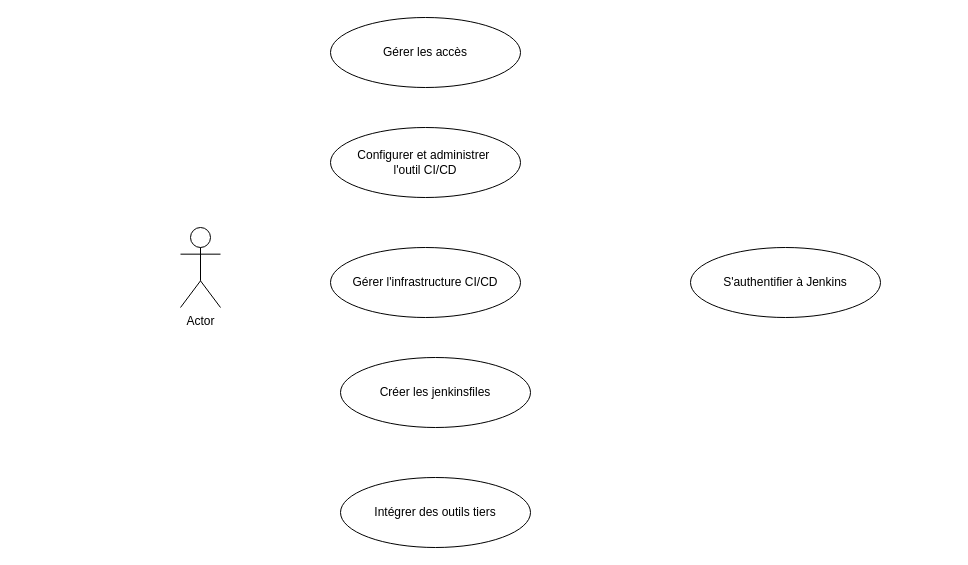
This is page "Page-4" (11 of 13) of Diagramme sans nom.drawio from EmiraDga/CanvasAnimation, a draw.io file, before an edit. Source tidied: cells renumbered, new cells numbered last; positions are measured from the earlier drawing's top-left corner, leaving out a move shared by most shapes. Both pictures are drawn from the tidied source at 100%, with x=0, y=0 at pixel (180, 17).
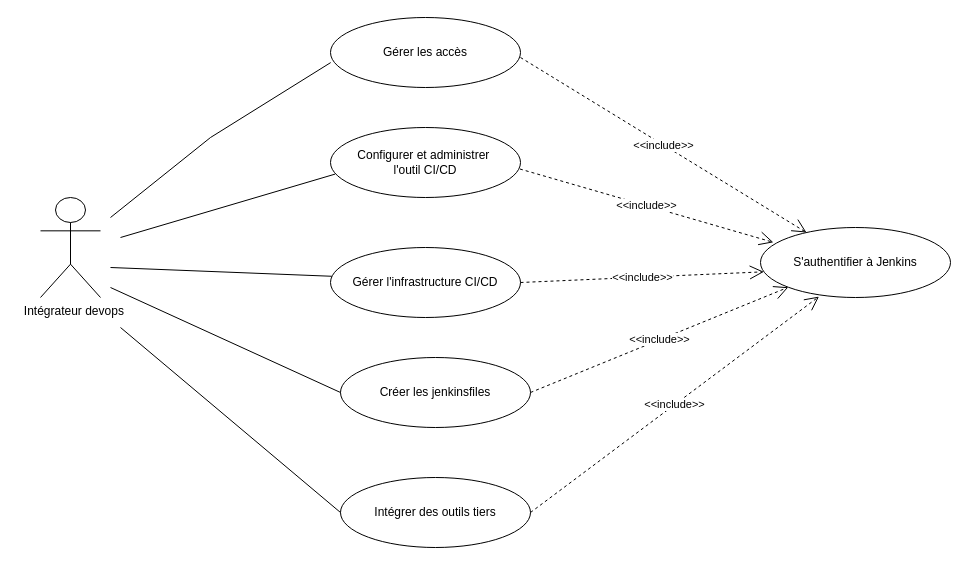
Above is the later version.

Commit message (it also covers changes not shown here):
Mettre à jour Diagramme sans nom.drawio

The change refers to these unchanged cells:
```xml
<mxCell id="3" value="Gérer l'infrastructure CI/CD" style="ellipse;whiteSpace=wrap;html=1;" parent="1" vertex="1">
  <mxGeometry x="150" y="230" width="190" height="70" as="geometry" />
</mxCell>
<mxCell id="4" value="&lt;div&gt;Configurer et administrer&amp;nbsp;&lt;/div&gt;&lt;div&gt;l'outil CI/CD&lt;/div&gt;" style="ellipse;whiteSpace=wrap;html=1;" parent="1" vertex="1">
  <mxGeometry x="150" y="110" width="190" height="70" as="geometry" />
</mxCell>
<mxCell id="5" value="Créer les jenkinsfiles" style="ellipse;whiteSpace=wrap;html=1;" parent="1" vertex="1">
  <mxGeometry x="160" y="340" width="190" height="70" as="geometry" />
</mxCell>
<mxCell id="6" value="Gérer les accès" style="ellipse;whiteSpace=wrap;html=1;" parent="1" vertex="1">
  <mxGeometry x="150" width="190" height="70" as="geometry" />
</mxCell>
<mxCell id="7" value="Intégrer des outils tiers" style="ellipse;whiteSpace=wrap;html=1;" parent="1" vertex="1">
  <mxGeometry x="160" y="460" width="190" height="70" as="geometry" />
</mxCell>
```

What changed in the source:
```diff
@@
-    <mxCell id="2" value="Actor" style="shape=umlActor;verticalLabelPosition=bottom;verticalAlign=top;html=1;" parent="1" vertex="1">
-      <mxGeometry y="210" width="40" height="80" as="geometry" />
+    <mxCell id="2" value="&amp;nbsp; Intégrateur devops" style="shape=umlActor;verticalLabelPosition=bottom;verticalAlign=top;html=1;" parent="1" vertex="1">
+      <mxGeometry x="-140" y="180" width="60" height="100" as="geometry" />
     </mxCell>
@@
     <mxCell id="8" value="S'authentifier à Jenkins" style="ellipse;whiteSpace=wrap;html=1;" parent="1" vertex="1">
-      <mxGeometry x="510" y="230" width="190" height="70" as="geometry" />
+      <mxGeometry x="580" y="210" width="190" height="70" as="geometry" />
     </mxCell>
+    <mxCell id="9" value="&amp;lt;&amp;lt;include&amp;gt;&amp;gt;" style="endArrow=open;endSize=12;dashed=1;html=1;rounded=0;" parent="1" edge="1" target="8">
+      <mxGeometry relative="1" as="geometry">
+        <mxPoint x="340" y="40" as="sourcePoint" />
+      </mxGeometry>
+    </mxCell>
+    <mxCell id="10" value="&amp;lt;&amp;lt;include&amp;gt;&amp;gt;" style="endArrow=open;endSize=12;dashed=1;html=1;rounded=0;exitX=0.997;exitY=0.593;exitDx=0;exitDy=0;exitPerimeter=0;entryX=0.068;entryY=0.212;entryDx=0;entryDy=0;entryPerimeter=0;" parent="1" edge="1" source="4" target="8">
+      <mxGeometry relative="1" as="geometry" />
+    </mxCell>
+    <mxCell id="11" value="&amp;lt;&amp;lt;include&amp;gt;&amp;gt;" style="endArrow=open;endSize=12;dashed=1;html=1;rounded=0;exitX=1;exitY=0.5;exitDx=0;exitDy=0;entryX=0.018;entryY=0.633;entryDx=0;entryDy=0;entryPerimeter=0;" parent="1" edge="1" source="3" target="8">
+      <mxGeometry relative="1" as="geometry" />
+    </mxCell>
+    <mxCell id="12" value="&amp;lt;&amp;lt;include&amp;gt;&amp;gt;" style="endArrow=open;endSize=12;dashed=1;html=1;rounded=0;exitX=1;exitY=0.5;exitDx=0;exitDy=0;entryX=0;entryY=1;entryDx=0;entryDy=0;" parent="1" edge="1" source="5" target="8">
+      <mxGeometry relative="1" as="geometry" />
+    </mxCell>
+    <mxCell id="13" value="&amp;lt;&amp;lt;include&amp;gt;&amp;gt;" style="endArrow=open;endSize=12;dashed=1;html=1;rounded=0;exitX=1;exitY=0.5;exitDx=0;exitDy=0;entryX=0.308;entryY=0.987;entryDx=0;entryDy=0;entryPerimeter=0;" parent="1" edge="1" source="7" target="8">
+      <mxGeometry relative="1" as="geometry" />
+    </mxCell>
+    <mxCell id="14" style="endArrow=none;html=1;rounded=0;entryX=0.001;entryY=0.644;entryDx=0;entryDy=0;entryPerimeter=0;" parent="1" edge="1" target="6">
+      <mxGeometry relative="1" as="geometry">
+        <mxPoint x="-70" y="200" as="sourcePoint" />
+        <Array as="points">
+          <mxPoint x="30" y="120" />
+        </Array>
+      </mxGeometry>
+    </mxCell>
+    <mxCell id="15" style="endArrow=none;html=1;rounded=0;entryX=0.024;entryY=0.666;entryDx=0;entryDy=0;entryPerimeter=0;" parent="1" edge="1" target="4">
+      <mxGeometry relative="1" as="geometry">
+        <mxPoint x="-60" y="220" as="sourcePoint" />
+      </mxGeometry>
+    </mxCell>
+    <mxCell id="16" style="endArrow=none;html=1;rounded=0;entryX=0.007;entryY=0.411;entryDx=0;entryDy=0;entryPerimeter=0;" parent="1" edge="1" target="3">
+      <mxGeometry relative="1" as="geometry">
+        <mxPoint x="-70" y="250" as="sourcePoint" />
+      </mxGeometry>
+    </mxCell>
+    <mxCell id="17" style="endArrow=none;html=1;rounded=0;entryX=0;entryY=0.5;entryDx=0;entryDy=0;" parent="1" edge="1" target="5">
+      <mxGeometry relative="1" as="geometry">
+        <mxPoint x="-70" y="270" as="sourcePoint" />
+      </mxGeometry>
+    </mxCell>
+    <mxCell id="18" style="endArrow=none;html=1;rounded=0;entryX=0;entryY=0.5;entryDx=0;entryDy=0;" parent="1" edge="1" target="7">
+      <mxGeometry relative="1" as="geometry">
+        <mxPoint x="-60" y="310" as="sourcePoint" />
+      </mxGeometry>
+    </mxCell>
```
